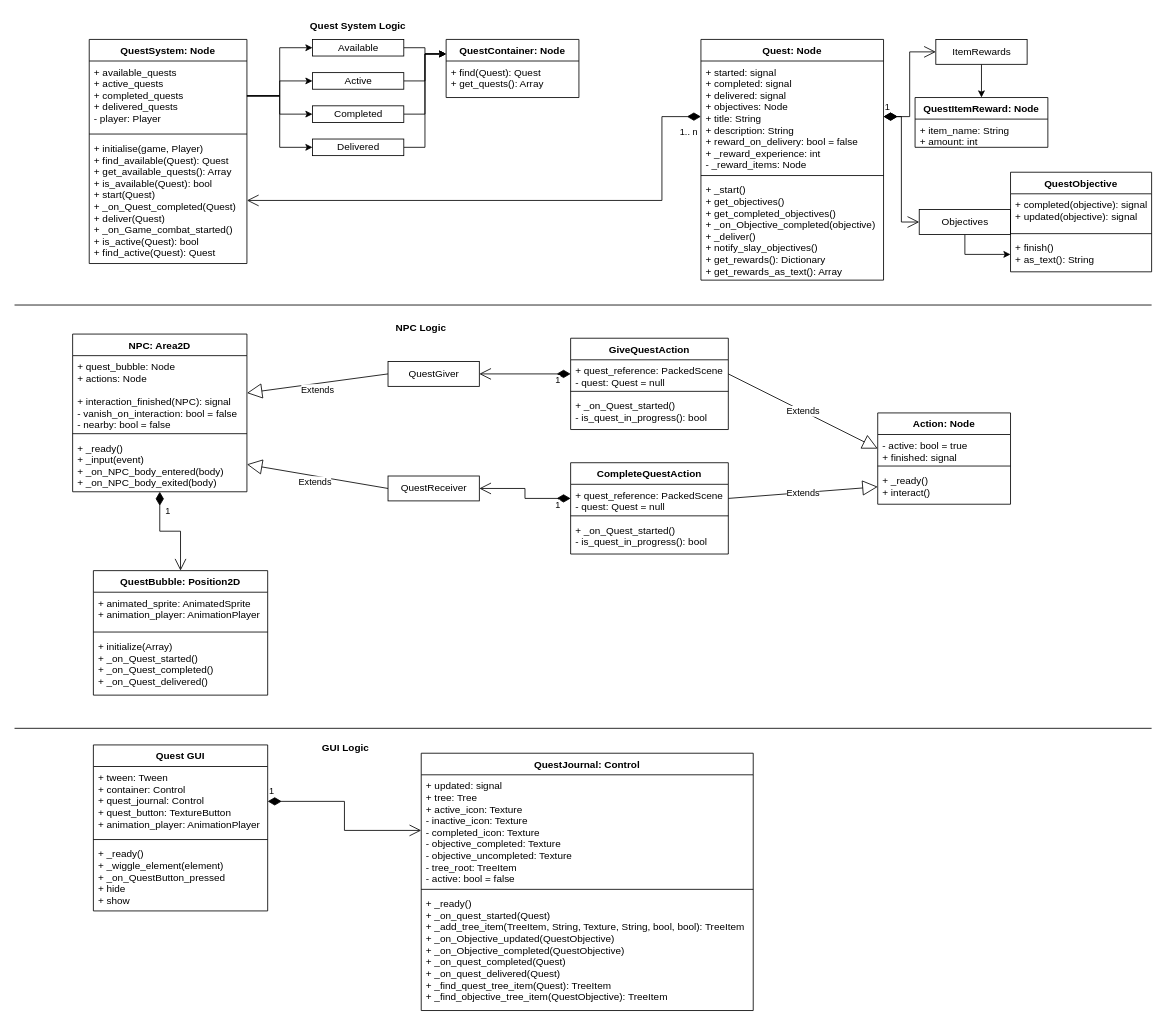
Earlier version of the draw.io diagram Documentation/Quest Diagram.drawio (onepersonhere/JavaBean). Source tidied: cells renumbered, new cells numbered last; positions are measured from the earlier drawing's top-left corner, leaving out a move shared by most shapes. Both pictures are drawn from the tidied source at 83%, with x=0, y=0 at pixel (14, 14).
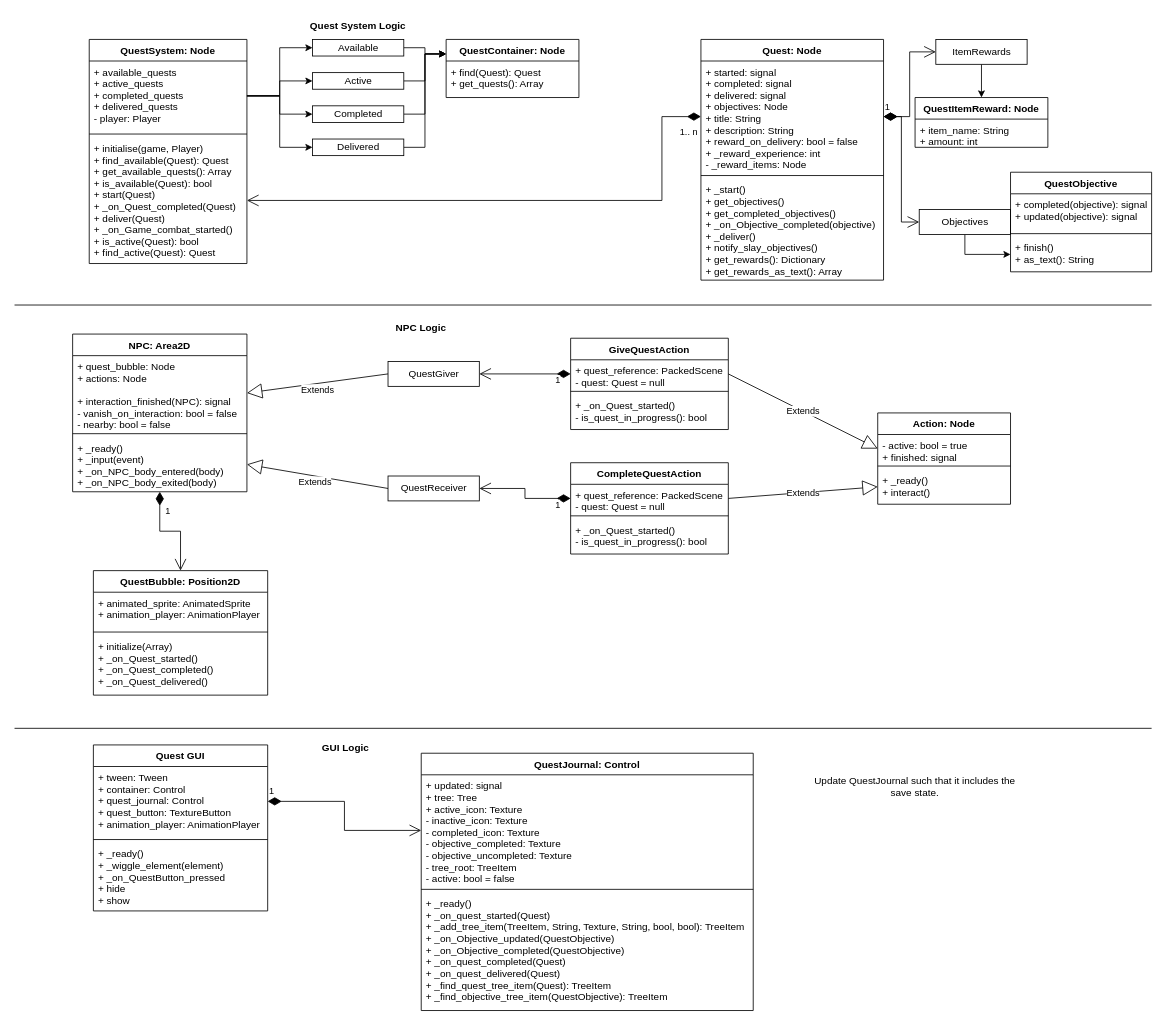
After the change.

The edit, as a diff of the source:
```diff
@@
+    <mxCell id="80" value="Update QuestJournal such that it includes the save state." style="text;html=1;strokeColor=none;fillColor=none;align=center;verticalAlign=middle;whiteSpace=wrap;rounded=0;" parent="1" vertex="1">
+      <mxGeometry x="960" y="890" width="250" height="80" as="geometry" />
+    </mxCell>
```
